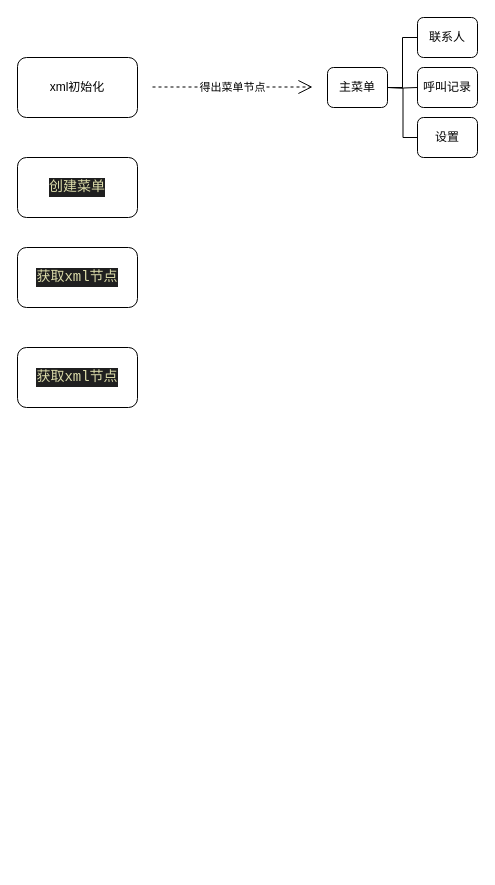
liyunhao2/technology keeps this draw.io diagram as page "第 12 页" (12 of 12) of D9.drawio. Above is the earlier version. Source tidied: cells renumbered, new cells numbered last; positions are measured from the earlier drawing's top-left corner, leaving out a move shared by most shapes. Both pictures are drawn from the tidied source at 100%, with x=0, y=0 at pixel (17, 17).
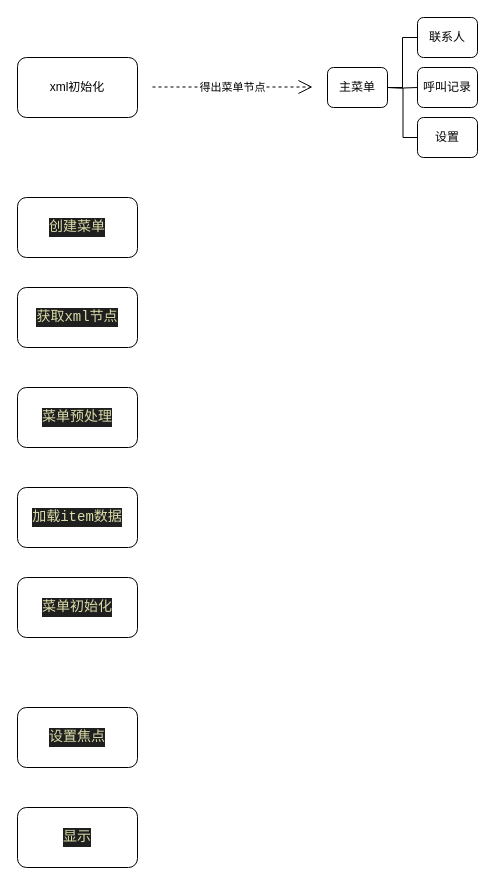
The same diagram, later.

The edit, as a diff of the source:
```diff
@@
     <mxCell id="11" value="&lt;div style=&quot;color: rgb(204, 204, 204); background-color: rgb(31, 31, 31); font-family: Consolas, &amp;quot;Courier New&amp;quot;, monospace; font-size: 14px; line-height: 19px; white-space: pre;&quot;&gt;&lt;span style=&quot;color: light-dark(rgb(220, 220, 170), rgb(54, 54, 11)); background-color: light-dark(rgb(31, 31, 31), rgb(210, 210, 210));&quot;&gt;创建菜单&lt;/span&gt;&lt;br&gt;&lt;/div&gt;" style="rounded=1;whiteSpace=wrap;html=1;" parent="1" vertex="1">
-      <mxGeometry y="140" width="120" height="60" as="geometry" />
+      <mxGeometry y="180" width="120" height="60" as="geometry" />
     </mxCell>
     <mxCell id="12" value="&lt;div style=&quot;background-color: rgb(31, 31, 31); font-family: Consolas, &amp;quot;Courier New&amp;quot;, monospace; font-size: 14px; line-height: 19px; white-space: pre; color: rgb(204, 204, 204);&quot;&gt;&lt;font color=&quot;#dcdcaa&quot;&gt;获取xml节点&lt;/font&gt;&lt;/div&gt;" style="rounded=1;whiteSpace=wrap;html=1;" parent="1" vertex="1">
-      <mxGeometry y="230" width="120" height="60" as="geometry" />
+      <mxGeometry y="270" width="120" height="60" as="geometry" />
     </mxCell>
-    <mxCell id="13" value="&lt;div style=&quot;background-color: rgb(31, 31, 31); font-family: Consolas, &amp;quot;Courier New&amp;quot;, monospace; font-size: 14px; line-height: 19px; white-space: pre; color: rgb(204, 204, 204);&quot;&gt;&lt;font color=&quot;#dcdcaa&quot;&gt;获取xml节点&lt;/font&gt;&lt;/div&gt;" style="rounded=1;whiteSpace=wrap;html=1;" parent="1" vertex="1">
-      <mxGeometry y="330" width="120" height="60" as="geometry" />
+    <mxCell id="13" value="&lt;div style=&quot;background-color: rgb(31, 31, 31); font-family: Consolas, &amp;quot;Courier New&amp;quot;, monospace; font-size: 14px; line-height: 19px; white-space: pre; color: rgb(204, 204, 204);&quot;&gt;&lt;font color=&quot;#dcdcaa&quot;&gt;菜单预处理&lt;/font&gt;&lt;/div&gt;" style="rounded=1;whiteSpace=wrap;html=1;" parent="1" vertex="1">
+      <mxGeometry y="370" width="120" height="60" as="geometry" />
     </mxCell>
+    <mxCell id="14" value="&lt;div style=&quot;background-color: rgb(31, 31, 31); font-family: Consolas, &amp;quot;Courier New&amp;quot;, monospace; font-size: 14px; line-height: 19px; white-space: pre; color: rgb(204, 204, 204);&quot;&gt;&lt;font color=&quot;#dcdcaa&quot;&gt;加载item数据&lt;/font&gt;&lt;/div&gt;" style="rounded=1;whiteSpace=wrap;html=1;" parent="1" vertex="1">
+      <mxGeometry y="470" width="120" height="60" as="geometry" />
+    </mxCell>
+    <mxCell id="15" value="&lt;div style=&quot;background-color: rgb(31, 31, 31); font-family: Consolas, &amp;quot;Courier New&amp;quot;, monospace; font-size: 14px; line-height: 19px; white-space: pre; color: rgb(204, 204, 204);&quot;&gt;&lt;font color=&quot;#dcdcaa&quot;&gt;菜单初始化&lt;/font&gt;&lt;/div&gt;" style="rounded=1;whiteSpace=wrap;html=1;" parent="1" vertex="1">
+      <mxGeometry y="560" width="120" height="60" as="geometry" />
+    </mxCell>
+    <mxCell id="16" value="&lt;div style=&quot;background-color: rgb(31, 31, 31); font-family: Consolas, &amp;quot;Courier New&amp;quot;, monospace; font-size: 14px; line-height: 19px; white-space: pre; color: rgb(204, 204, 204);&quot;&gt;&lt;font color=&quot;#dcdcaa&quot;&gt;设置焦点&lt;/font&gt;&lt;/div&gt;" style="rounded=1;whiteSpace=wrap;html=1;" parent="1" vertex="1">
+      <mxGeometry y="690" width="120" height="60" as="geometry" />
+    </mxCell>
+    <mxCell id="17" value="&lt;div style=&quot;background-color: rgb(31, 31, 31); font-family: Consolas, &amp;quot;Courier New&amp;quot;, monospace; font-size: 14px; line-height: 19px; white-space: pre; color: rgb(204, 204, 204);&quot;&gt;&lt;font color=&quot;#dcdcaa&quot;&gt;显示&lt;/font&gt;&lt;/div&gt;" style="rounded=1;whiteSpace=wrap;html=1;" parent="1" vertex="1">
+      <mxGeometry y="790" width="120" height="60" as="geometry" />
+    </mxCell>
```
